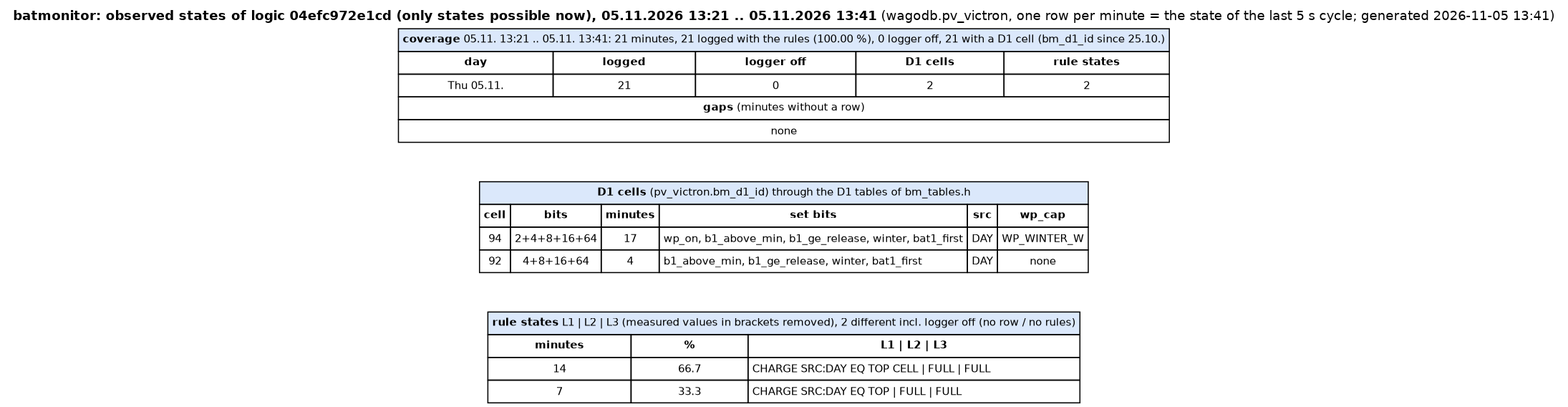
The Graphviz diagram docs/observed_states.png in gerontec/victron, before a commit. Its source is kept beside it as docs/observed_states.dot. Source of this version:
```dot
digraph observed {
	graph [rankdir=TB, fontname="Helvetica", fontsize=12, labelloc=t, nodesep=0.4, label=<<b>batmonitor: observed states of logic 04efc972e1cd (only states possible now), 05.11.2026 13:21 .. 05.11.2026 13:41</b> (wagodb.pv_victron, one row per minute = the state of the last 5 s cycle; generated 2026-11-05 13:41)>];
	node [shape=plain, fontname="Helvetica", fontsize=10];
	head [label=<<table border="0" cellborder="1" cellspacing="0" cellpadding="3" bgcolor="#ffffff"><tr><td colspan="5" bgcolor="#dbe8fb"><b>coverage</b> 05.11. 13:21 .. 05.11. 13:41: 21 minutes, 21 logged with the rules (100.00 %), 0 logger off, 21 with a D1 cell (bm_d1_id since 25.10.)</td></tr><tr><td><b>day</b></td><td><b>logged</b></td><td><b>logger off</b></td><td><b>D1 cells</b></td><td><b>rule states</b></td></tr><tr><td>Thu 05.11.</td><td>21</td><td>0</td><td>2</td><td>2</td></tr><tr><td colspan="5"><b>gaps</b> (minutes without a row)</td></tr><tr><td colspan="5">none</td></tr></table>>];
	cells [label=<<table border="0" cellborder="1" cellspacing="0" cellpadding="3" bgcolor="#ffffff"><tr><td colspan="6" bgcolor="#dbe8fb"><b>D1 cells</b> (pv_victron.bm_d1_id) through the D1 tables of bm_tables.h</td></tr><tr><td><b>cell</b></td><td><b>bits</b></td><td><b>minutes</b></td><td><b>set bits</b></td><td><b>src</b></td><td><b>wp_cap</b></td></tr><tr><td>94</td><td>2+4+8+16+64</td><td>17</td><td align="left">wp_on, b1_above_min, b1_ge_release, winter, bat1_first</td><td>DAY</td><td>WP_WINTER_W</td></tr><tr><td>92</td><td>4+8+16+64</td><td>4</td><td align="left">b1_above_min, b1_ge_release, winter, bat1_first</td><td>DAY</td><td>none</td></tr></table>>];
	states [label=<<table border="0" cellborder="1" cellspacing="0" cellpadding="3" bgcolor="#ffffff"><tr><td colspan="3" bgcolor="#dbe8fb"><b>rule states</b> L1 | L2 | L3 (measured values in brackets removed), 2 different incl. logger off (no row / no rules)</td></tr><tr><td><b>minutes</b></td><td><b>%</b></td><td><b>L1 | L2 | L3</b></td></tr><tr><td>14</td><td>66.7</td><td align="left">CHARGE SRC:DAY EQ TOP CELL | FULL | FULL</td></tr><tr><td>7</td><td>33.3</td><td align="left">CHARGE SRC:DAY EQ TOP | FULL | FULL</td></tr></table>>];
	head -> cells -> states [style=invis];
}
```
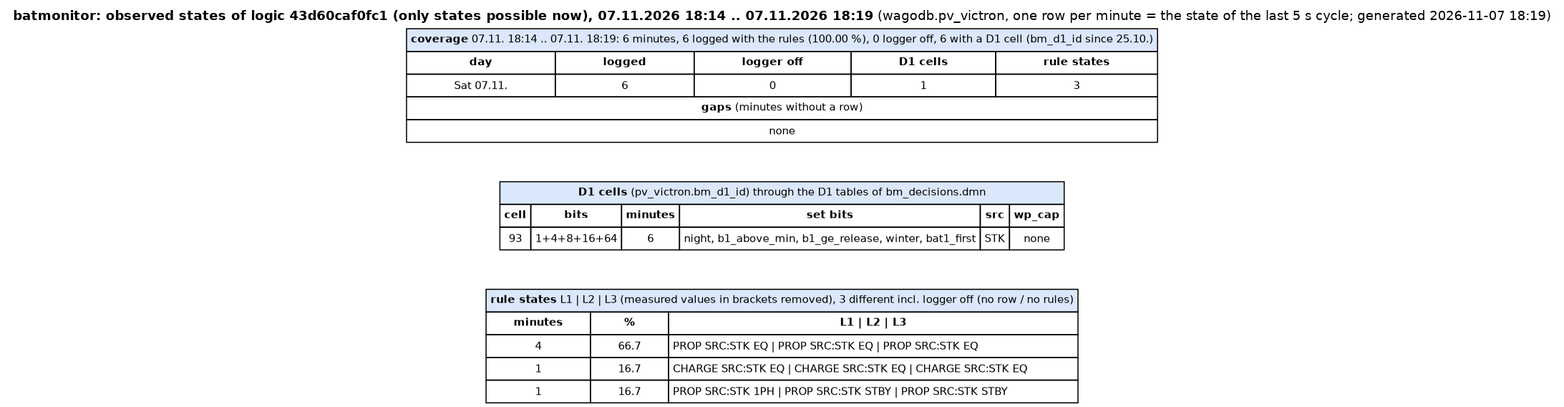
The same diagram one commit later.

Commit message:
docs: decision PDFs regenerated for batmonitor 0.78-py (bm_decisions.dmn, one bank)

What changed in the source:
```diff
@@ -1,8 +1,8 @@
 digraph observed {
-	graph [rankdir=TB, fontname="Helvetica", fontsize=12, labelloc=t, nodesep=0.4, label=<<b>batmonitor: observed states of logic 04efc972e1cd (only states possible now), 05.11.2026 13:21 .. 05.11.2026 13:41</b> (wagodb.pv_victron, one row per minute = the state of the last 5 s cycle; generated 2026-11-05 13:41)>];
+	graph [rankdir=TB, fontname="Helvetica", fontsize=12, labelloc=t, nodesep=0.4, label=<<b>batmonitor: observed states of logic 43d60caf0fc1 (only states possible now), 07.11.2026 18:14 .. 07.11.2026 18:19</b> (wagodb.pv_victron, one row per minute = the state of the last 5 s cycle; generated 2026-11-07 18:19)>];
 	node [shape=plain, fontname="Helvetica", fontsize=10];
-	head [label=<<table border="0" cellborder="1" cellspacing="0" cellpadding="3" bgcolor="#ffffff"><tr><td colspan="5" bgcolor="#dbe8fb"><b>coverage</b> 05.11. 13:21 .. 05.11. 13:41: 21 minutes, 21 logged with the rules (100.00 %), 0 logger off, 21 with a D1 cell (bm_d1_id since 25.10.)</td></tr><tr><td><b>day</b></td><td><b>logged</b></td><td><b>logger off</b></td><td><b>D1 cells</b></td><td><b>rule states</b></td></tr><tr><td>Thu 05.11.</td><td>21</td><td>0</td><td>2</td><td>2</td></tr><tr><td colspan="5"><b>gaps</b> (minutes without a row)</td></tr><tr><td colspan="5">none</td></tr></table>>];
-	cells [label=<<table border="0" cellborder="1" cellspacing="0" cellpadding="3" bgcolor="#ffffff"><tr><td colspan="6" bgcolor="#dbe8fb"><b>D1 cells</b> (pv_victron.bm_d1_id) through the D1 tables of bm_tables.h</td></tr><tr><td><b>cell</b></td><td><b>bits</b></td><td><b>minutes</b></td><td><b>set bits</b></td><td><b>src</b></td><td><b>wp_cap</b></td></tr><tr><td>94</td><td>2+4+8+16+64</td><td>17</td><td align="left">wp_on, b1_above_min, b1_ge_release, winter, bat1_first</td><td>DAY</td><td>WP_WINTER_W</td></tr><tr><td>92</td><td>4+8+16+64</td><td>4</td><td align="left">b1_above_min, b1_ge_release, winter, bat1_first</td><td>DAY</td><td>none</td></tr></table>>];
-	states [label=<<table border="0" cellborder="1" cellspacing="0" cellpadding="3" bgcolor="#ffffff"><tr><td colspan="3" bgcolor="#dbe8fb"><b>rule states</b> L1 | L2 | L3 (measured values in brackets removed), 2 different incl. logger off (no row / no rules)</td></tr><tr><td><b>minutes</b></td><td><b>%</b></td><td><b>L1 | L2 | L3</b></td></tr><tr><td>14</td><td>66.7</td><td align="left">CHARGE SRC:DAY EQ TOP CELL | FULL | FULL</td></tr><tr><td>7</td><td>33.3</td><td align="left">CHARGE SRC:DAY EQ TOP | FULL | FULL</td></tr></table>>];
+	head [label=<<table border="0" cellborder="1" cellspacing="0" cellpadding="3" bgcolor="#ffffff"><tr><td colspan="5" bgcolor="#dbe8fb"><b>coverage</b> 07.11. 18:14 .. 07.11. 18:19: 6 minutes, 6 logged with the rules (100.00 %), 0 logger off, 6 with a D1 cell (bm_d1_id since 25.10.)</td></tr><tr><td><b>day</b></td><td><b>logged</b></td><td><b>logger off</b></td><td><b>D1 cells</b></td><td><b>rule states</b></td></tr><tr><td>Sat 07.11.</td><td>6</td><td>0</td><td>1</td><td>3</td></tr><tr><td colspan="5"><b>gaps</b> (minutes without a row)</td></tr><tr><td colspan="5">none</td></tr></table>>];
+	cells [label=<<table border="0" cellborder="1" cellspacing="0" cellpadding="3" bgcolor="#ffffff"><tr><td colspan="6" bgcolor="#dbe8fb"><b>D1 cells</b> (pv_victron.bm_d1_id) through the D1 tables of bm_decisions.dmn</td></tr><tr><td><b>cell</b></td><td><b>bits</b></td><td><b>minutes</b></td><td><b>set bits</b></td><td><b>src</b></td><td><b>wp_cap</b></td></tr><tr><td>93</td><td>1+4+8+16+64</td><td>6</td><td align="left">night, b1_above_min, b1_ge_release, winter, bat1_first</td><td>STK</td><td>none</td></tr></table>>];
+	states [label=<<table border="0" cellborder="1" cellspacing="0" cellpadding="3" bgcolor="#ffffff"><tr><td colspan="3" bgcolor="#dbe8fb"><b>rule states</b> L1 | L2 | L3 (measured values in brackets removed), 3 different incl. logger off (no row / no rules)</td></tr><tr><td><b>minutes</b></td><td><b>%</b></td><td><b>L1 | L2 | L3</b></td></tr><tr><td>4</td><td>66.7</td><td align="left">PROP SRC:STK EQ | PROP SRC:STK EQ | PROP SRC:STK EQ</td></tr><tr><td>1</td><td>16.7</td><td align="left">CHARGE SRC:STK EQ | CHARGE SRC:STK EQ | CHARGE SRC:STK EQ</td></tr><tr><td>1</td><td>16.7</td><td align="left">PROP SRC:STK 1PH | PROP SRC:STK STBY | PROP SRC:STK STBY</td></tr></table>>];
 	head -> cells -> states [style=invis];
 }
```
